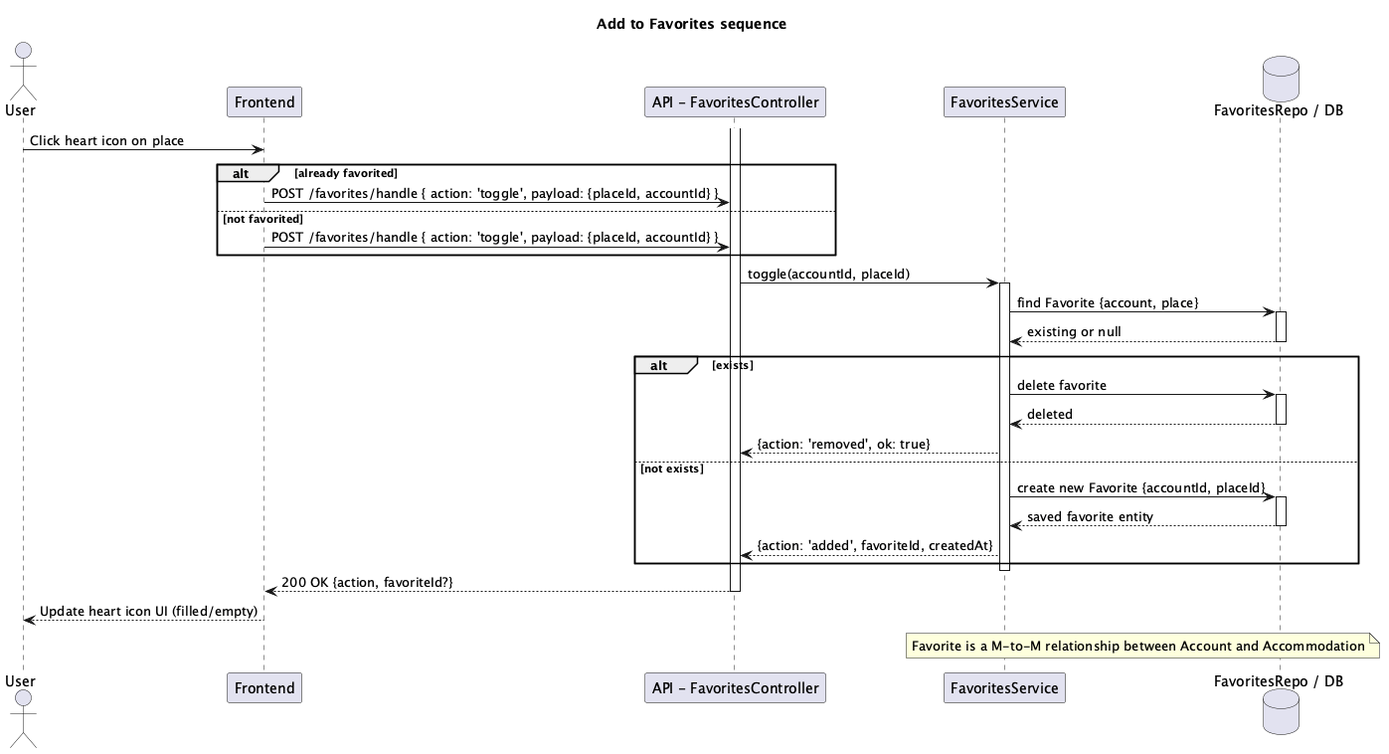
alegna83/cookbook-be keeps this PlantUML diagram as docs/diagrams/png/sequence-add-favorite.png. Above is the earlier version. Its diagram source:
```plantuml
@startuml
title Add to Favorites sequence
actor User
participant Frontend as FE
participant "API - FavoritesController" as API
participant "FavoritesService" as SVC
database "FavoritesRepo / DB" as DB

User -> FE: Click heart icon on place
alt already favorited
  FE -> API: POST /favorites/handle { action: 'toggle', payload: {placeId, accountId} }
else not favorited
  FE -> API: POST /favorites/handle { action: 'toggle', payload: {placeId, accountId} }
end
activate API
API -> SVC: toggle(accountId, placeId)
activate SVC
SVC -> DB: find Favorite {account, place}
activate DB
DB --> SVC: existing or null
deactivate DB
alt exists
  SVC -> DB: delete favorite
  activate DB
  DB --> SVC: deleted
  deactivate DB
  SVC --> API: {action: 'removed', ok: true}
else not exists
  SVC -> DB: create new Favorite {accountId, placeId}
  activate DB
  DB --> SVC: saved favorite entity
  deactivate DB
  SVC --> API: {action: 'added', favoriteId, createdAt}
end
deactivate SVC
API --> FE: 200 OK {action, favoriteId?}
deactivate API
FE --> User: Update heart icon UI (filled/empty)

note over SVC,DB: Favorite is a M-to-M relationship between Account and Accommodation

@enduml
```
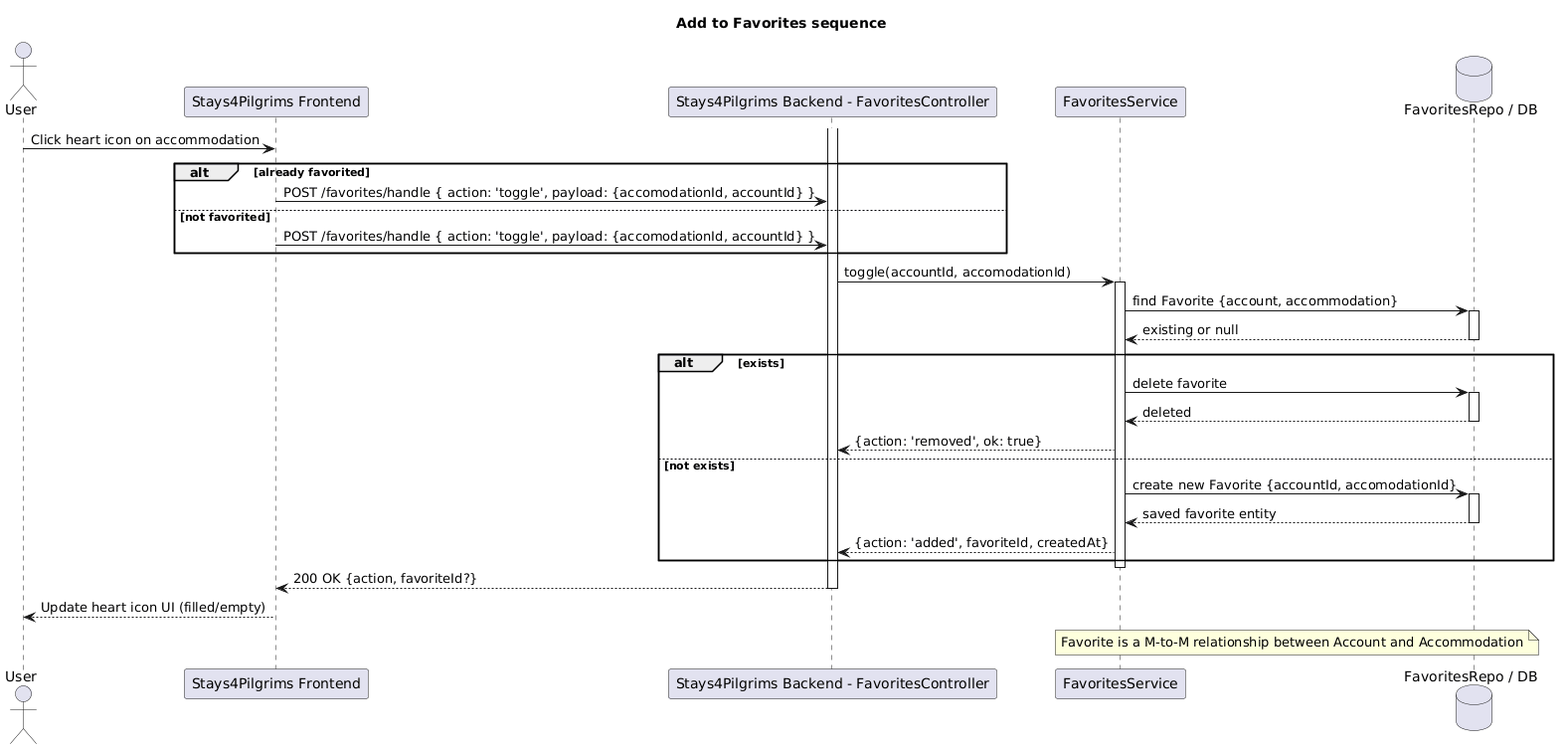
Later version of the same file.

What changed in the source:
```diff
@@ -1,21 +1,21 @@
 @startuml
 title Add to Favorites sequence
 actor User
-participant Frontend as FE
-participant "API - FavoritesController" as API
+participant "Stays4Pilgrims Frontend" as FE
+participant "Stays4Pilgrims Backend - FavoritesController" as API
 participant "FavoritesService" as SVC
 database "FavoritesRepo / DB" as DB
 
-User -> FE: Click heart icon on place
+User -> FE: Click heart icon on accommodation
 alt already favorited
-  FE -> API: POST /favorites/handle { action: 'toggle', payload: {placeId, accountId} }
+  FE -> API: POST /favorites/handle { action: 'toggle', payload: {accomodationId, accountId} }
 else not favorited
-  FE -> API: POST /favorites/handle { action: 'toggle', payload: {placeId, accountId} }
+  FE -> API: POST /favorites/handle { action: 'toggle', payload: {accomodationId, accountId} }
 end
 activate API
-API -> SVC: toggle(accountId, placeId)
+API -> SVC: toggle(accountId, accomodationId)
 activate SVC
-SVC -> DB: find Favorite {account, place}
+SVC -> DB: find Favorite {account, accommodation}
 activate DB
 DB --> SVC: existing or null
 deactivate DB
@@ -26,7 +26,7 @@
   deactivate DB
   SVC --> API: {action: 'removed', ok: true}
 else not exists
-  SVC -> DB: create new Favorite {accountId, placeId}
+  SVC -> DB: create new Favorite {accountId, accomodationId}
   activate DB
   DB --> SVC: saved favorite entity
   deactivate DB
```
